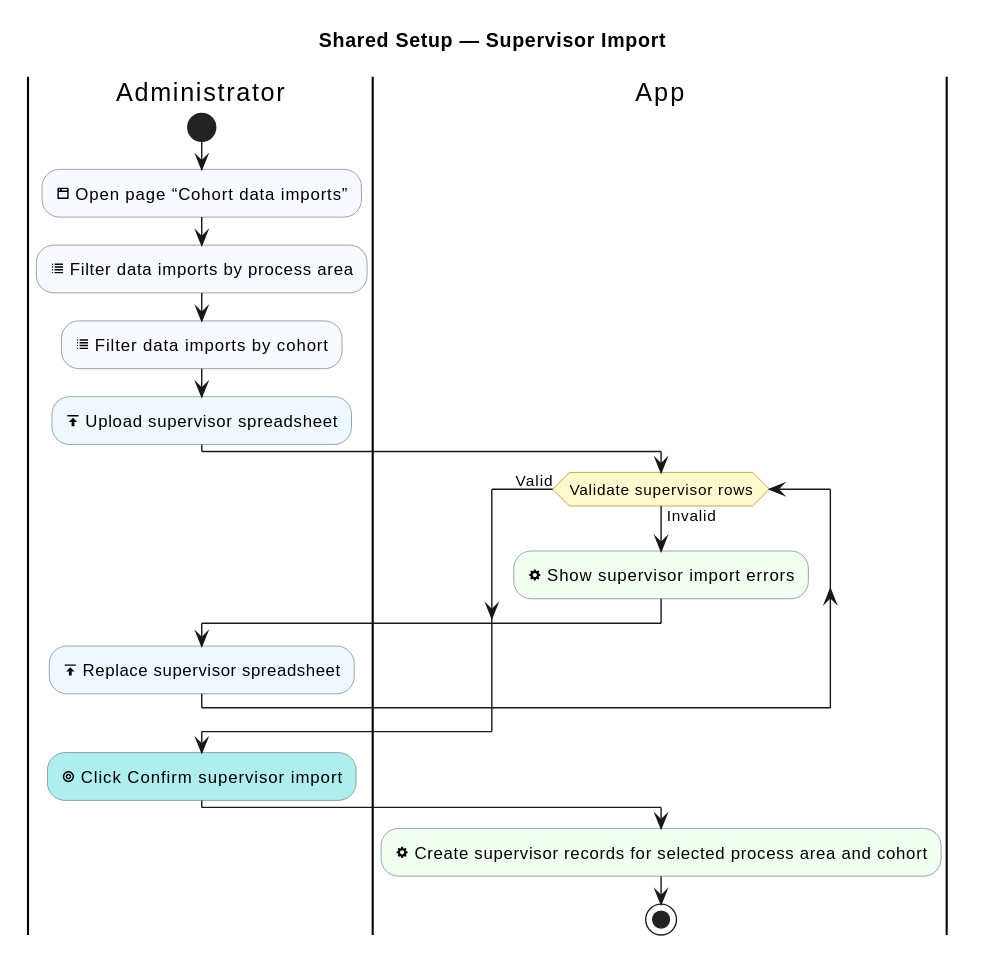
Above: industrial-placement-group-project/diagrams/shared-setup/supervisor-import.svg in sdflkjssl/sdflkjssl.github.io (PlantUML), before the change.
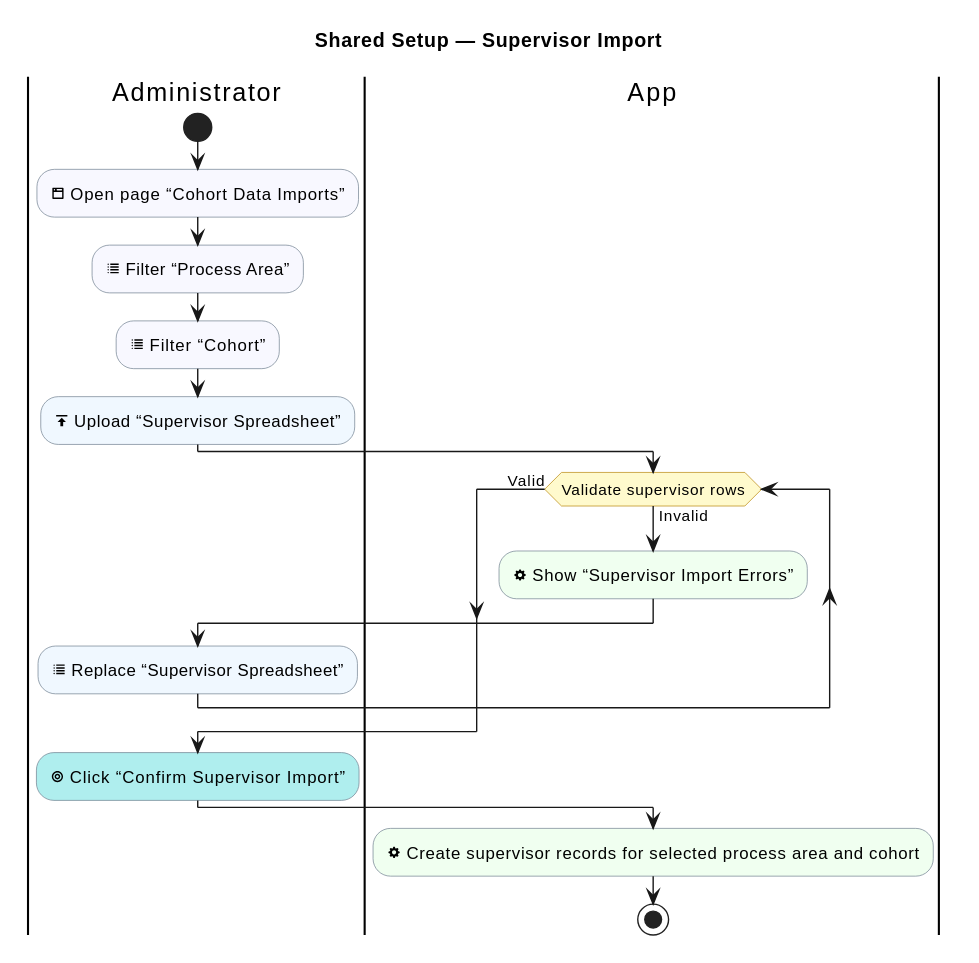
The same diagram one commit later.

What changed in the source:
```diff
@@ -12,21 +12,21 @@
 
 |Administrator|
 start
-:<&browser> Open page “Cohort data imports”; <<#GhostWhite>>
-:<&list> Filter data imports by process area; <<#GhostWhite>>
-:<&list> Filter data imports by cohort; <<#GhostWhite>>
-:<&data-transfer-upload> Upload supervisor spreadsheet; <<#AliceBlue>>
+:<&browser> Open page “Cohort Data Imports”; <<#GhostWhite>>
+:<&list> Filter “Process Area”; <<#GhostWhite>>
+:<&list> Filter “Cohort”; <<#GhostWhite>>
+:<&data-transfer-upload> Upload “Supervisor Spreadsheet”; <<#AliceBlue>>
 
 |App|
 while (Validate supervisor rows) is (Invalid)
-  :<&cog> Show supervisor import errors; <<#HoneyDew>>
+  :<&cog> Show “Supervisor Import Errors”; <<#HoneyDew>>
   |Administrator|
-  :<&data-transfer-upload> Replace supervisor spreadsheet; <<#AliceBlue>>
+  :<&list> Replace “Supervisor Spreadsheet”; <<#AliceBlue>>
   |App|
 endwhile (Valid)
 
 |Administrator|
-:<&target> Click Confirm supervisor import; <<#PaleTurquoise>>
+:<&target> Click “Confirm Supervisor Import”; <<#PaleTurquoise>>
 |App|
 :<&cog> Create supervisor records for selected process area and cohort; <<#HoneyDew>>
 stop
```
